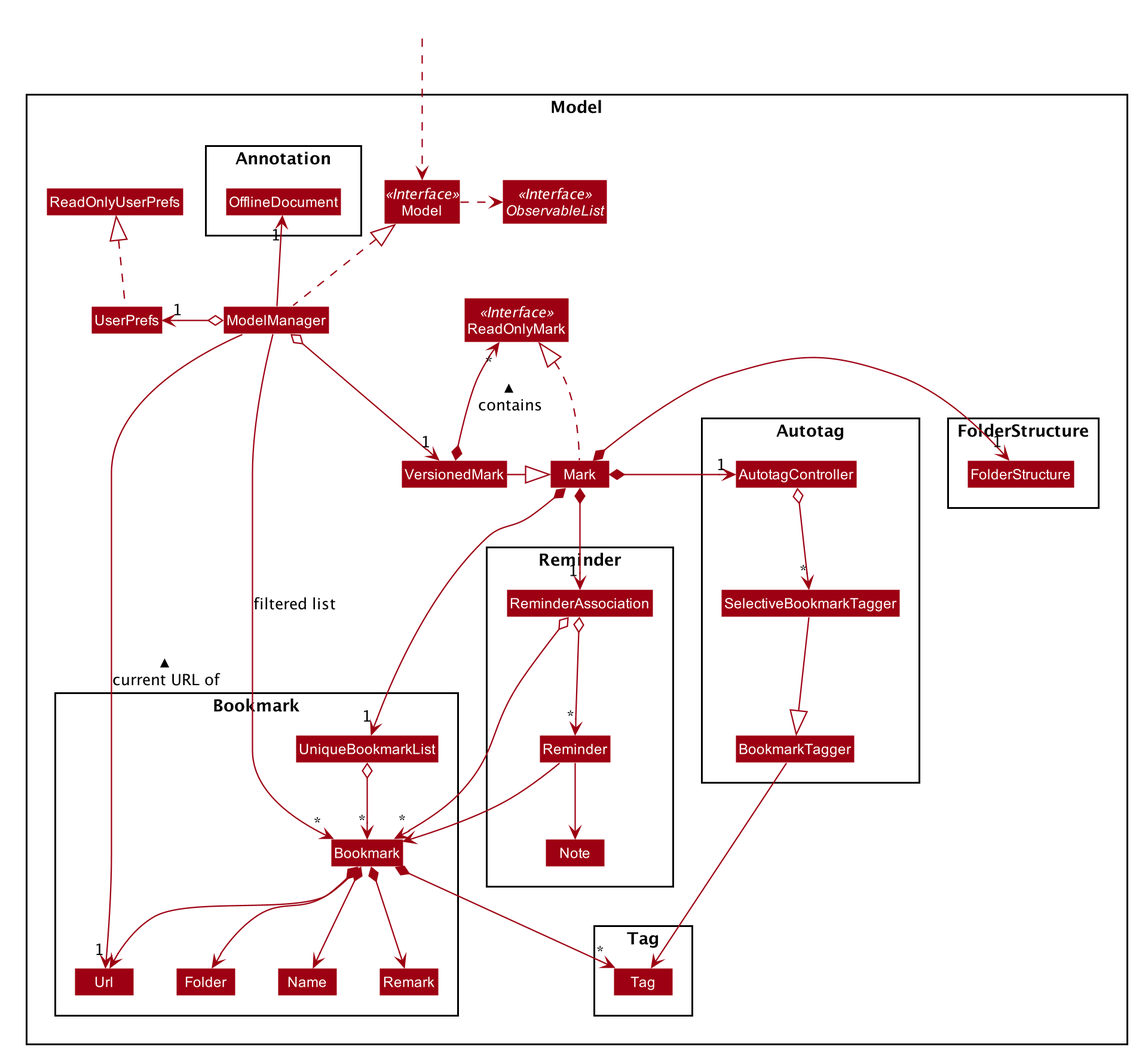
Before: docs/images/ModelClassDiagram.png, a diagram exported from PlantUML (nus-cs2103-AY1920S1/addressbook-level3).
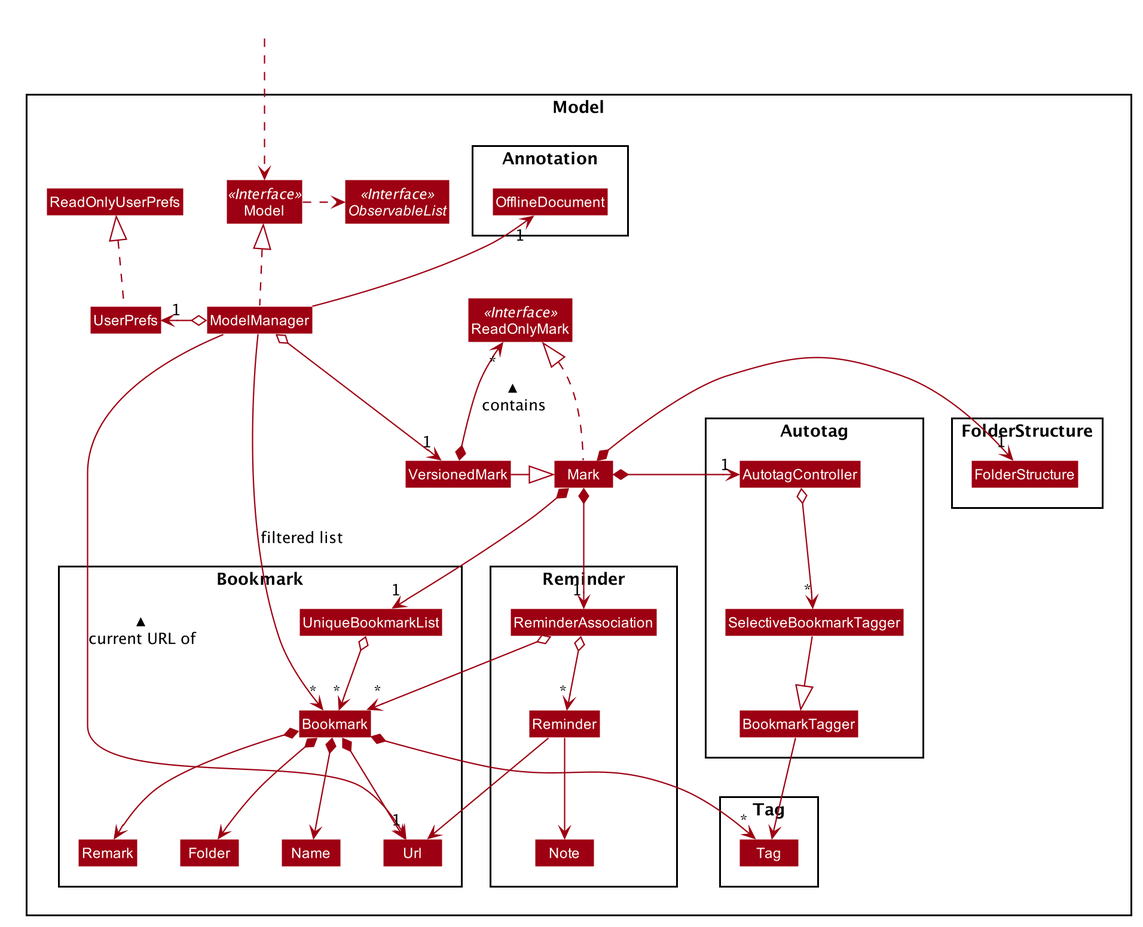
Later version of the same file.

Change to the diagram source:
```diff
@@ -132,7 +132,7 @@
 
 ReminderAssociation o--> "*" Bookmark
 ReminderAssociation o--> "*" Reminder
-Reminder --> Bookmark
+Reminder --> Url
 Reminder --> Note
 
 AutotagController o--> "*" SelectiveBookmarkTagger
```
